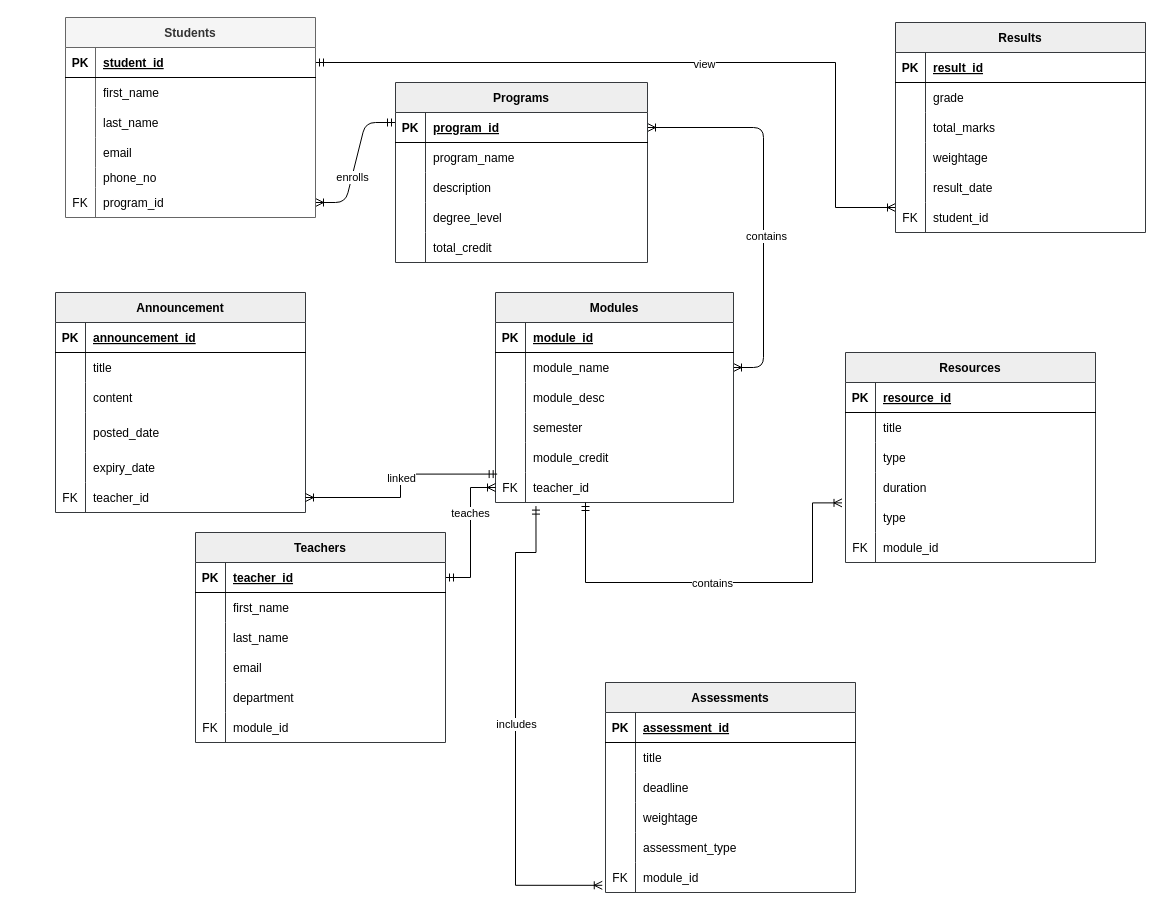
Before: Database.drawio in pawal-karki/DRAW.IO, a draw.io diagram. Source tidied: cells renumbered, new cells numbered last; positions are measured from the earlier drawing's top-left corner, leaving out a move shared by most shapes. Both pictures are drawn from the tidied source at 100%, with x=0, y=0 at pixel (55, 17).
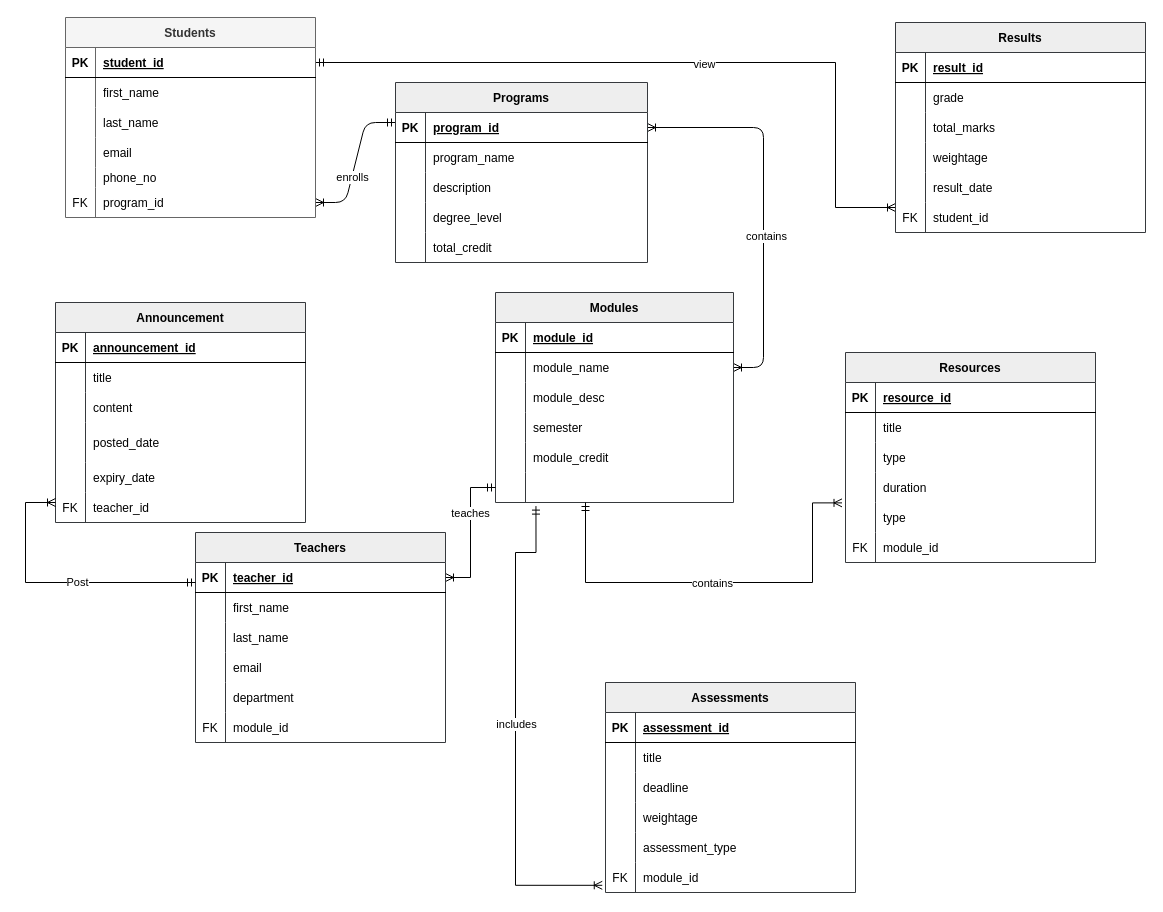
After the change.

Unchanged cells that the change refers to:
```xml
<mxCell id="38" style="shape=partialRectangle;fillColor=none;points=[[0,0.5],[1,0.5]];portConstraint=eastwest;top=0;left=0;right=0;bottom=0;" parent="22" vertex="1">
  <mxGeometry y="180" width="238" height="30" as="geometry" />
</mxCell>
<mxCell id="78" style="shape=partialRectangle;fillColor=none;points=[[0,0.5],[1,0.5]];portConstraint=eastwest;top=0;left=0;right=0;bottom=0;" parent="62" vertex="1">
  <mxGeometry y="190" width="250" height="30" as="geometry" />
</mxCell>
<mxCell id="84" style="shape=partialRectangle;fillColor=none;points=[[0,0.5],[1,0.5]];portConstraint=eastwest;top=0;left=0;right=0;bottom=1;" parent="83" vertex="1">
  <mxGeometry y="30" width="250" height="30" as="geometry" />
</mxCell>
```

What changed in the source:
```diff
@@
-    <mxCell id="39" value="FK" style="shape=partialRectangle;overflow=hidden;fillColor=none;top=0;left=0;bottom=0;right=0;" parent="38" vertex="1">
+    <mxCell id="39" style="shape=partialRectangle;overflow=hidden;fillColor=none;top=0;left=0;bottom=0;right=0;" parent="38" vertex="1">
       <mxGeometry width="30" height="30" as="geometry" />
     </mxCell>
-    <mxCell id="40" value="teacher_id" style="shape=partialRectangle;overflow=hidden;fillColor=none;top=0;left=0;bottom=0;right=0;align=left;spacingLeft=6;" parent="38" vertex="1">
+    <mxCell id="40" style="shape=partialRectangle;overflow=hidden;fillColor=none;top=0;left=0;bottom=0;right=0;align=left;spacingLeft=6;" parent="38" vertex="1">
       <mxGeometry x="30" width="208" height="30" as="geometry" />
     </mxCell>
@@
     <mxCell id="62" value="Announcement" style="shape=table;startSize=30;childLayout=tableLayout;rowLines=0;fontStyle=1;align=center;fillColor=#eeeeee;strokeColor=#36393d;" parent="1" vertex="1">
-      <mxGeometry y="275" width="250" height="220" as="geometry" />
+      <mxGeometry y="285" width="250" height="220" as="geometry" />
     </mxCell>
@@
-    <mxCell id="81" style="edgeStyle=orthogonalEdgeStyle;rounded=0;jettySize=auto;html=1;entryX=1;entryY=0.5;entryDx=0;entryDy=0;startArrow=ERoneToMany;startFill=0;endArrow=ERmandOne;endFill=0;exitX=0;exitY=0.5;exitDx=0;exitDy=0;" parent="1" edge="1" source="38" target="84">
+    <mxCell id="81" style="edgeStyle=orthogonalEdgeStyle;rounded=0;jettySize=auto;html=1;entryX=1;entryY=0.5;entryDx=0;entryDy=0;startArrow=ERmandOne;startFill=0;endArrow=ERoneToMany;endFill=0;exitX=0;exitY=0.5;exitDx=0;exitDy=0;" parent="1" edge="1" source="38" target="84">
       <mxGeometry relative="1" as="geometry" />
     </mxCell>
@@
-    <mxCell id="144" style="edgeStyle=orthogonalEdgeStyle;rounded=0;jettySize=auto;html=1;entryX=0.007;entryY=0.053;entryDx=0;entryDy=0;endArrow=ERmandOne;endFill=0;startArrow=ERoneToMany;startFill=0;exitX=1;exitY=0.5;exitDx=0;exitDy=0;entryPerimeter=0;" parent="1" edge="1" source="78" target="38">
-      <mxGeometry relative="1" as="geometry" />
-    </mxCell>
-    <mxCell id="145" value="linked" style="edgeLabel;html=1;align=center;verticalAlign=middle;" parent="144" vertex="1">
-      <mxGeometry x="0.07" relative="1" as="geometry" />
-    </mxCell>
@@
+    <mxCell id="165" style="edgeStyle=orthogonalEdgeStyle;rounded=0;jettySize=auto;html=1;entryX=0;entryY=0.333;entryDx=0;entryDy=0;startArrow=ERmandOne;startFill=0;endArrow=ERoneToMany;endFill=0;exitX=0;exitY=0.667;exitDx=0;exitDy=0;exitPerimeter=0;entryPerimeter=0;" parent="1" edge="1" source="84" target="78">
+      <mxGeometry relative="1" as="geometry">
+        <Array as="points">
+          <mxPoint x="-30" y="565" />
+          <mxPoint x="-30" y="485" />
+        </Array>
+      </mxGeometry>
+    </mxCell>
+    <mxCell id="166" value="Post" style="edgeLabel;html=1;align=center;verticalAlign=middle;" parent="165" vertex="1">
+      <mxGeometry x="-0.15" y="-1" relative="1" as="geometry" />
+    </mxCell>
```
